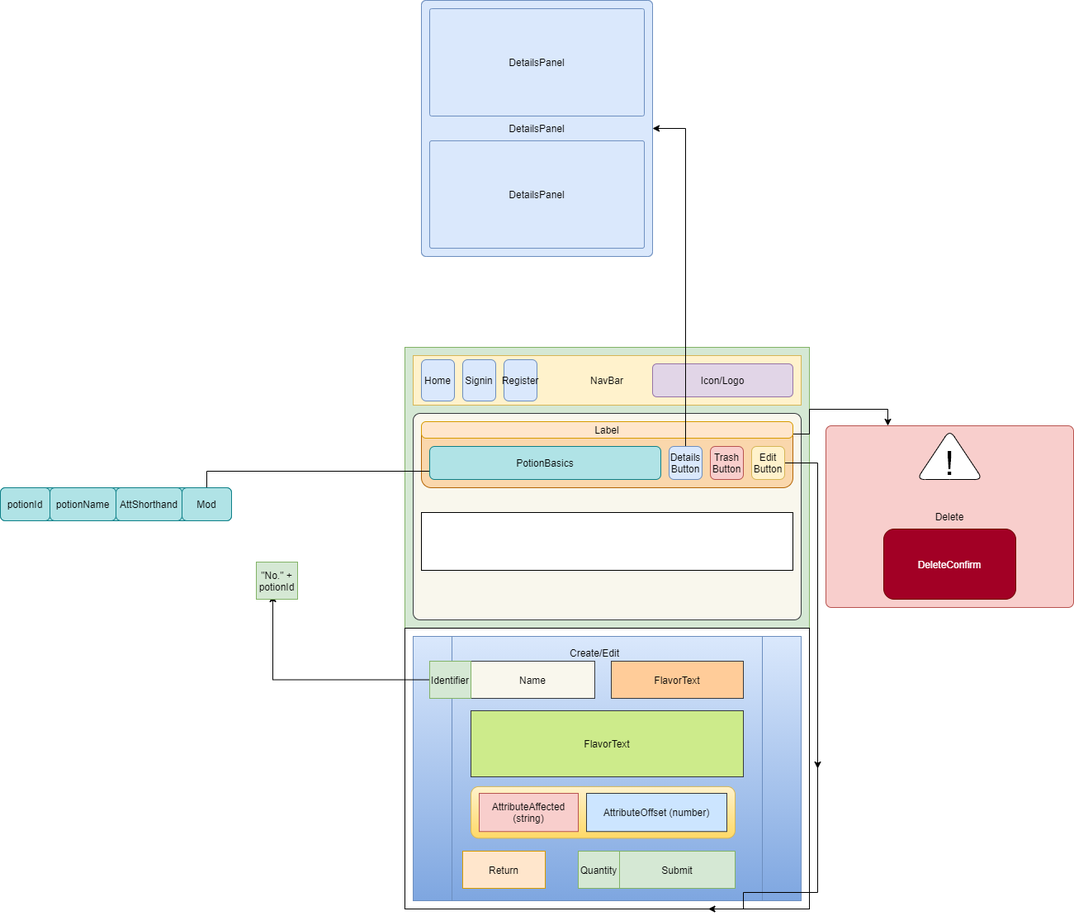
This is componentTree.png from Riverface/PotionShop, a draw.io export, as it was before one commit. Source tidied: cells renumbered, new cells last; positions are measured from the earlier drawing's top-left corner, leaving out a move shared by most shapes.
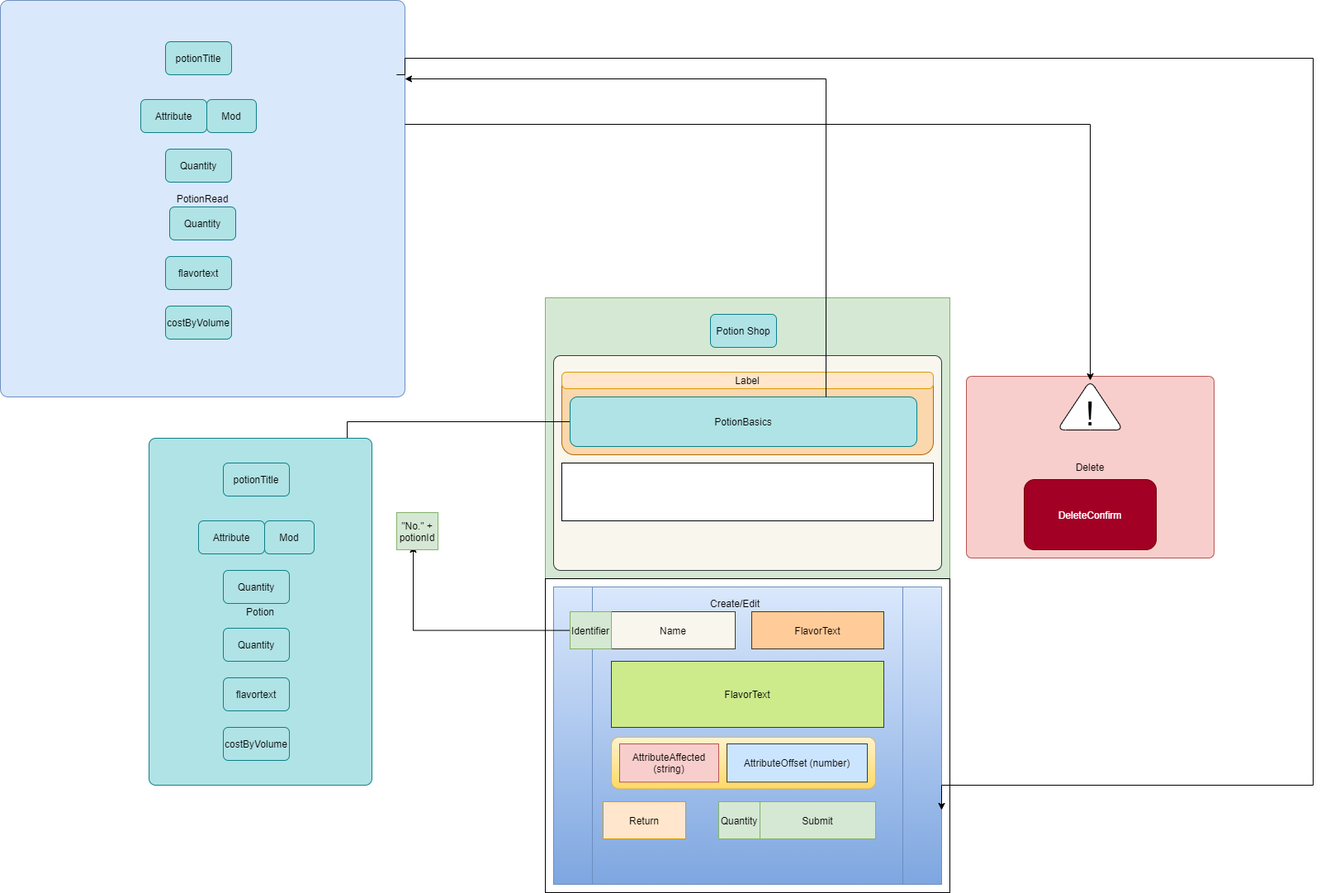
Later version of the same file.

Commit message:
Fixed component tree. Implemented placeholders. GP/Vol fixed.

The edit, as a diff of the source:
```diff
@@ -5,14 +5,11 @@
     <mxCell id="2" style="rounded=0;whiteSpace=wrap;html=1;fillColor=#d5e8d4;strokeColor=#82b366;" parent="1" vertex="1">
       <mxGeometry x="490" y="420" width="490" height="340" as="geometry" />
     </mxCell>
-    <mxCell id="3" value="NavBar" style="rounded=0;whiteSpace=wrap;html=1;fillColor=#fff2cc;strokeColor=#d6b656;" parent="1" vertex="1">
-      <mxGeometry x="500" y="430" width="470" height="60" as="geometry" />
-    </mxCell>
     <mxCell id="4" style="rounded=1;whiteSpace=wrap;html=1;fillColor=#f9f7ed;strokeColor=#36393d;arcSize=17;absoluteArcSize=1;" parent="1" vertex="1">
-      <mxGeometry x="500" y="500" width="470" height="250" as="geometry" />
+      <mxGeometry x="500" y="490" width="470" height="260" as="geometry" />
     </mxCell>
     <mxCell id="5" style="rounded=0;whiteSpace=wrap;html=1;" parent="1" vertex="1">
-      <mxGeometry x="490" y="760" width="490" height="340" as="geometry" />
+      <mxGeometry x="490" y="760" width="490" height="380" as="geometry" />
     </mxCell>
     <mxCell id="6" style="endArrow=none;dashed=1;html=1;" parent="1" edge="1">
       <mxGeometry relative="1" as="geometry">
@@ -20,35 +17,18 @@
         <mxPoint x="940" y="820" as="targetPoint" />
       </mxGeometry>
     </mxCell>
-    <mxCell id="7" value="Home" style="rounded=1;whiteSpace=wrap;html=1;fillColor=#dae8fc;strokeColor=#6c8ebf;" parent="1" vertex="1">
-      <mxGeometry x="510" y="435" width="40" height="50" as="geometry" />
-    </mxCell>
-    <mxCell id="8" value="Signin&lt;span style=&quot;color: rgba(0 , 0 , 0 , 0) ; font-family: monospace ; font-size: 0px&quot;&gt;%3CmxGraphModel%3E%3Croot%3E%3CmxCell%20id%3D%220%22%2F%3E%3CmxCell%20id%3D%221%22%20parent%3D%220%22%2F%3E%3CmxCell%20id%3D%222%22%20value%3D%22Label%26lt%3Bspan%20style%3D%26quot%3Bcolor%3A%20rgba(0%20%2C%200%20%2C%200%20%2C%200)%20%3B%20font-family%3A%20monospace%20%3B%20font-size%3A%200px%26quot%3B%26gt%3B%253CmxGraphModel%253E%253Croot%253E%253CmxCell%2520id%253D%25220%2522%252F%253E%253CmxCell%2520id%253D%25221%2522%2520parent%253D%25220%2522%252F%253E%253CmxCell%2520id%253D%25222%2522%2520value%253D%2522Edit%2526lt%253Bbr%2526gt%253BButton%2522%2520style%253D%2522rounded%253D0%253BwhiteSpace%253Dwrap%253Bhtml%253D1%253B%2522%2520vertex%253D%25221%2522%2520parent%253D%25221%2522%253E%253CmxGeometry%2520x%253D%2522420%2522%2520y%253D%2522110%2522%2520width%253D%252240%2522%2520height%253D%252240%2522%2520as%253D%2522geometry%2522%252F%253E%253C%252FmxCell%253E%253C%252Froot%253E%253C%252FmxGraphModel%253E%26lt%3B%2Fspan%26gt%3B%22%20style%3D%22rounded%3D0%3BwhiteSpace%3Dwrap%3Bhtml%3D1%3B%22%20vertex%3D%221%22%20parent%3D%221%22%3E%3CmxGeometry%20x%3D%2220%22%20y%3D%2290%22%20width%3D%22450%22%20height%3D%2220%22%20as%3D%22geometry%22%2F%3E%3C%2FmxCell%3E%3C%2Froot%3E%3C%2FmxGraphModel%3E&lt;/span&gt;" style="rounded=1;whiteSpace=wrap;html=1;fillColor=#dae8fc;strokeColor=#6c8ebf;" parent="1" vertex="1">
-      <mxGeometry x="560" y="435" width="40" height="50" as="geometry" />
-    </mxCell>
     <mxCell id="9" style="rounded=1;whiteSpace=wrap;html=1;align=left;fillColor=#fad7ac;strokeColor=#b46504;" parent="1" vertex="1">
-      <mxGeometry x="510" y="510" width="450" height="80" as="geometry" />
+      <mxGeometry x="510" y="510" width="450" height="100" as="geometry" />
     </mxCell>
     <mxCell id="10" style="rounded=0;whiteSpace=wrap;html=1;" parent="1" vertex="1">
       <mxGeometry x="510" y="620" width="450" height="70" as="geometry" />
     </mxCell>
     <mxCell id="11" style="shape=process;whiteSpace=wrap;html=1;backgroundOutline=1;fillColor=#dae8fc;strokeColor=#6c8ebf;gradientColor=#7ea6e0;" parent="1" vertex="1">
-      <mxGeometry x="500" y="770" width="470" height="320" as="geometry" />
+      <mxGeometry x="500" y="770" width="470" height="360" as="geometry" />
     </mxCell>
     <mxCell id="12" value="Delete" style="rounded=1;whiteSpace=wrap;html=1;comic=0;fillColor=#f8cecc;strokeColor=#b85450;arcSize=3;" parent="1" vertex="1">
       <mxGeometry x="1000" y="515" width="300" height="220" as="geometry" />
     </mxCell>
-    <mxCell id="13" style="edgeStyle=orthogonalEdgeStyle;rounded=0;jettySize=auto;html=1;exitX=1;exitY=0.5;exitDx=0;exitDy=0;" parent="1" edge="1" source="14">
-      <mxGeometry relative="1" as="geometry">
-        <mxPoint x="990" y="930" as="targetPoint" />
-      </mxGeometry>
-    </mxCell>
-    <mxCell id="14" value="Edit&lt;br&gt;Button" style="rounded=1;whiteSpace=wrap;html=1;fillColor=#fff2cc;strokeColor=#d6b656;" parent="1" vertex="1">
-      <mxGeometry x="910" y="540" width="40" height="40" as="geometry" />
-    </mxCell>
-    <mxCell id="15" value="Trash&lt;br&gt;Button" style="rounded=1;whiteSpace=wrap;html=1;fillColor=#f8cecc;strokeColor=#b85450;" parent="1" vertex="1">
-      <mxGeometry x="860" y="540" width="40" height="40" as="geometry" />
-    </mxCell>
     <mxCell id="16" value="Return" style="rounded=0;whiteSpace=wrap;html=1;fillColor=#ffe6cc;strokeColor=#d79b00;" parent="1" vertex="1">
       <mxGeometry x="560" y="1030" width="100" height="45" as="geometry" />
     </mxCell>
@@ -61,14 +41,12 @@
     <mxCell id="19" value="DeleteConfirm" style="rounded=1;whiteSpace=wrap;html=1;comic=0;fillColor=#a20025;strokeColor=#6F0000;fontColor=#ffffff;" parent="1" vertex="1">
       <mxGeometry x="1070" y="640" width="160" height="85" as="geometry" />
     </mxCell>
-    <mxCell id="20" style="edgeStyle=orthogonalEdgeStyle;rounded=0;jettySize=auto;html=1;exitX=1;exitY=0.75;exitDx=0;exitDy=0;entryX=0.25;entryY=0;entryDx=0;entryDy=0;" parent="1" edge="1" source="21" target="12">
-      <mxGeometry relative="1" as="geometry" />
-    </mxCell>
     <mxCell id="21" value="Label&lt;span style=&quot;color: rgba(0 , 0 , 0 , 0) ; font-family: monospace ; font-size: 0px&quot;&gt;%3CmxGraphModel%3E%3Croot%3E%3CmxCell%20id%3D%220%22%2F%3E%3CmxCell%20id%3D%221%22%20parent%3D%220%22%2F%3E%3CmxCell%20id%3D%222%22%20value%3D%22Edit%26lt%3Bbr%26gt%3BButton%22%20style%3D%22rounded%3D0%3BwhiteSpace%3Dwrap%3Bhtml%3D1%3B%22%20vertex%3D%221%22%20parent%3D%221%22%3E%3CmxGeometry%20x%3D%22420%22%20y%3D%22110%22%20width%3D%2240%22%20height%3D%2240%22%20as%3D%22geometry%22%2F%3E%3C%2FmxCell%3E%3C%2Froot%3E%3C%2FmxGraphModel%3E&lt;/span&gt;" style="rounded=1;whiteSpace=wrap;html=1;fillColor=#ffe6cc;strokeColor=#d79b00;arcSize=28;" parent="1" vertex="1">
       <mxGeometry x="510" y="510" width="450" height="20" as="geometry" />
     </mxCell>
-    <mxCell id="22" style="edgeStyle=orthogonalEdgeStyle;rounded=0;jettySize=auto;html=1;entryX=1;entryY=0.5;entryDx=0;entryDy=0;" parent="1" edge="1" source="23" target="47">
+    <mxCell id="22" style="edgeStyle=orthogonalEdgeStyle;rounded=0;jettySize=auto;html=1;entryX=1;entryY=0.5;entryDx=0;entryDy=0;" parent="1" edge="1" source="23">
       <mxGeometry relative="1" as="geometry">
+        <mxPoint x="210" y="770" as="targetPoint" />
         <Array as="points">
           <mxPoint x="250" y="570" />
           <mxPoint x="250" y="610" />
@@ -76,24 +54,16 @@
       </mxGeometry>
     </mxCell>
     <mxCell id="23" value="PotionBasics" style="rounded=1;whiteSpace=wrap;html=1;fillColor=#b0e3e6;strokeColor=#0e8088;" parent="1" vertex="1">
-      <mxGeometry x="520" y="540" width="280" height="40" as="geometry" />
+      <mxGeometry x="520" y="540" width="420" height="60" as="geometry" />
     </mxCell>
-    <mxCell id="24" value="Register" style="rounded=1;whiteSpace=wrap;html=1;fillColor=#dae8fc;strokeColor=#6c8ebf;" parent="1" vertex="1">
-      <mxGeometry x="610" y="435" width="40" height="50" as="geometry" />
-    </mxCell>
-    <mxCell id="25" value="Icon/Logo" style="rounded=1;whiteSpace=wrap;html=1;fillColor=#e1d5e7;strokeColor=#9673a6;arcSize=13;" parent="1" vertex="1">
-      <mxGeometry x="790" y="440" width="170" height="40" as="geometry" />
-    </mxCell>
-    <mxCell id="26" style="edgeStyle=orthogonalEdgeStyle;rounded=0;jettySize=auto;html=1;" parent="1" edge="1" source="27" target="41">
+    <mxCell id="26" style="edgeStyle=orthogonalEdgeStyle;rounded=0;jettySize=auto;html=1;" parent="1" edge="1" target="41">
       <mxGeometry relative="1" as="geometry">
+        <mxPoint x="830" y="540" as="sourcePoint" />
         <Array as="points">
           <mxPoint x="830" y="155" />
         </Array>
       </mxGeometry>
     </mxCell>
-    <mxCell id="27" value="Details Button" style="rounded=1;whiteSpace=wrap;html=1;fillColor=#dae8fc;strokeColor=#6c8ebf;" parent="1" vertex="1">
-      <mxGeometry x="810" y="540" width="40" height="40" as="geometry" />
-    </mxCell>
     <mxCell id="28" value="Name" style="rounded=0;whiteSpace=wrap;html=1;fillColor=#f9f7ed;strokeColor=#36393d;" parent="1" vertex="1">
       <mxGeometry x="570" y="800" width="150" height="45" as="geometry" />
     </mxCell>
@@ -109,16 +79,6 @@
     <mxCell id="32" value="FlavorText" style="rounded=0;whiteSpace=wrap;html=1;fillColor=#ffcc99;strokeColor=#36393d;" parent="1" vertex="1">
       <mxGeometry x="740" y="800" width="160" height="45" as="geometry" />
     </mxCell>
-    <mxCell id="33" style="edgeStyle=orthogonalEdgeStyle;rounded=0;jettySize=auto;html=1;exitX=1;exitY=1;exitDx=0;exitDy=0;entryX=0.75;entryY=1;entryDx=0;entryDy=0;" parent="1" edge="1" target="5">
-      <mxGeometry relative="1" as="geometry">
-        <mxPoint x="990" y="920" as="sourcePoint" />
-        <Array as="points">
-          <mxPoint x="990" y="1080" />
-          <mxPoint x="900" y="1080" />
-          <mxPoint x="900" y="1100" />
-        </Array>
-      </mxGeometry>
-    </mxCell>
     <mxCell id="34" value="FlavorText" style="rounded=0;whiteSpace=wrap;html=1;fillColor=#cdeb8b;strokeColor=#36393d;" parent="1" vertex="1">
       <mxGeometry x="570" y="860" width="330" height="80" as="geometry" />
     </mxCell>
@@ -142,29 +102,77 @@
     <mxCell id="40" value="&quot;No.&quot; + potionId" style="rounded=0;whiteSpace=wrap;html=1;fillColor=#d5e8d4;strokeColor=#82b366;" parent="1" vertex="1">
       <mxGeometry x="310" y="680" width="50" height="45" as="geometry" />
     </mxCell>
-    <mxCell id="41" value="DetailsPanel" style="rounded=1;whiteSpace=wrap;html=1;fillColor=#dae8fc;strokeColor=#6c8ebf;arcSize=2;" parent="1" vertex="1">
-      <mxGeometry x="510" width="280" height="310" as="geometry" />
+    <mxCell id="41" value="PotionRead" style="rounded=1;whiteSpace=wrap;html=1;fillColor=#dae8fc;strokeColor=#6c8ebf;arcSize=2;" parent="1" vertex="1">
+      <mxGeometry x="-170" y="60" width="490" height="480" as="geometry" />
     </mxCell>
-    <mxCell id="42" value="DetailsPanel" style="rounded=1;whiteSpace=wrap;html=1;fillColor=#dae8fc;strokeColor=#6c8ebf;arcSize=2;" parent="1" vertex="1">
-      <mxGeometry x="520" y="10" width="260" height="130" as="geometry" />
-    </mxCell>
+    <mxCell id="49" style="edgeStyle=orthogonalEdgeStyle;rounded=0;jettySize=auto;html=1;entryX=1;entryY=0.5;entryDx=0;entryDy=0;" parent="1" edge="1" target="35">
+      <mxGeometry relative="1" as="geometry">
+        <mxPoint x="320" y="210" as="sourcePoint" />
+        <Array as="points">
+          <mxPoint x="1150" y="210" />
+        </Array>
+      </mxGeometry>
+    </mxCell>
-    <mxCell id="43" value="PotionBasics" style="rounded=1;whiteSpace=wrap;html=1;fillColor=#b0e3e6;strokeColor=#0e8088;" parent="1" vertex="1">
-      <mxGeometry y="590" width="280" height="40" as="geometry" />
+    <mxCell id="43" value="Potion" style="rounded=1;whiteSpace=wrap;html=1;fillColor=#b0e3e6;strokeColor=#0e8088;arcSize=3;" parent="1" vertex="1">
+      <mxGeometry x="10" y="590" width="270" height="420" as="geometry" />
     </mxCell>
-    <mxCell id="44" value="potionId" style="rounded=1;whiteSpace=wrap;html=1;fillColor=#b0e3e6;strokeColor=#0e8088;" parent="1" vertex="1">
-      <mxGeometry y="590" width="60" height="40" as="geometry" />
-    </mxCell>
-    <mxCell id="45" value="potionName" style="rounded=1;whiteSpace=wrap;html=1;fillColor=#b0e3e6;strokeColor=#0e8088;" parent="1" vertex="1">
-      <mxGeometry x="60" y="590" width="80" height="40" as="geometry" />
+    <mxCell id="45" value="potionTitle" style="rounded=1;whiteSpace=wrap;html=1;fillColor=#b0e3e6;strokeColor=#0e8088;" parent="1" vertex="1">
+      <mxGeometry x="100" y="620" width="80" height="40" as="geometry" />
     </mxCell>
-    <mxCell id="46" value="AttShorthand" style="rounded=1;whiteSpace=wrap;html=1;fillColor=#b0e3e6;strokeColor=#0e8088;" parent="1" vertex="1">
-      <mxGeometry x="140" y="590" width="80" height="40" as="geometry" />
+    <mxCell id="46" value="Quantity" style="rounded=1;whiteSpace=wrap;html=1;fillColor=#b0e3e6;strokeColor=#0e8088;" parent="1" vertex="1">
+      <mxGeometry x="100" y="750" width="80" height="40" as="geometry" />
     </mxCell>
-    <mxCell id="47" value="Mod" style="rounded=1;whiteSpace=wrap;html=1;fillColor=#b0e3e6;strokeColor=#0e8088;" parent="1" vertex="1">
-      <mxGeometry x="220" y="590" width="60" height="40" as="geometry" />
-    </mxCell>
-    <mxCell id="48" value="DetailsPanel" style="rounded=1;whiteSpace=wrap;html=1;fillColor=#dae8fc;strokeColor=#6c8ebf;arcSize=2;" parent="1" vertex="1">
-      <mxGeometry x="520" y="170" width="260" height="130" as="geometry" />
-    </mxCell>
+    <mxCell id="50" value="Attribute" style="rounded=1;whiteSpace=wrap;html=1;fillColor=#b0e3e6;strokeColor=#0e8088;" parent="1" vertex="1">
+      <mxGeometry x="70" y="690" width="80" height="40" as="geometry" />
+    </mxCell>
+    <mxCell id="51" value="Mod" style="rounded=1;whiteSpace=wrap;html=1;fillColor=#b0e3e6;strokeColor=#0e8088;" parent="1" vertex="1">
+      <mxGeometry x="150" y="690" width="60" height="40" as="geometry" />
+    </mxCell>
+    <mxCell id="52" value="Quantity" style="rounded=1;whiteSpace=wrap;html=1;fillColor=#b0e3e6;strokeColor=#0e8088;" parent="1" vertex="1">
+      <mxGeometry x="100" y="820" width="80" height="40" as="geometry" />
+    </mxCell>
+    <mxCell id="53" value="flavortext" style="rounded=1;whiteSpace=wrap;html=1;fillColor=#b0e3e6;strokeColor=#0e8088;" parent="1" vertex="1">
+      <mxGeometry x="100" y="880" width="80" height="40" as="geometry" />
+    </mxCell>
+    <mxCell id="54" value="costByVolume" style="rounded=1;whiteSpace=wrap;html=1;fillColor=#b0e3e6;strokeColor=#0e8088;" parent="1" vertex="1">
+      <mxGeometry x="100" y="940" width="80" height="40" as="geometry" />
+    </mxCell>
+    <mxCell id="55" value="Potion Shop" style="rounded=1;whiteSpace=wrap;html=1;fillColor=#b0e3e6;strokeColor=#0e8088;" parent="1" vertex="1">
+      <mxGeometry x="690" y="440" width="80" height="40" as="geometry" />
+    </mxCell>
+    <mxCell id="56" value="potionTitle" style="rounded=1;whiteSpace=wrap;html=1;fillColor=#b0e3e6;strokeColor=#0e8088;" parent="1" vertex="1">
+      <mxGeometry x="30" y="110" width="80" height="40" as="geometry" />
+    </mxCell>
+    <mxCell id="57" value="Quantity" style="rounded=1;whiteSpace=wrap;html=1;fillColor=#b0e3e6;strokeColor=#0e8088;" parent="1" vertex="1">
+      <mxGeometry x="30" y="240" width="80" height="40" as="geometry" />
+    </mxCell>
+    <mxCell id="58" value="Attribute" style="rounded=1;whiteSpace=wrap;html=1;fillColor=#b0e3e6;strokeColor=#0e8088;" parent="1" vertex="1">
+      <mxGeometry y="180" width="80" height="40" as="geometry" />
+    </mxCell>
+    <mxCell id="59" value="Mod" style="rounded=1;whiteSpace=wrap;html=1;fillColor=#b0e3e6;strokeColor=#0e8088;" parent="1" vertex="1">
+      <mxGeometry x="80" y="180" width="60" height="40" as="geometry" />
+    </mxCell>
+    <mxCell id="60" value="Quantity" style="rounded=1;whiteSpace=wrap;html=1;fillColor=#b0e3e6;strokeColor=#0e8088;" parent="1" vertex="1">
+      <mxGeometry x="35" y="310" width="80" height="40" as="geometry" />
+    </mxCell>
+    <mxCell id="61" value="flavortext" style="rounded=1;whiteSpace=wrap;html=1;fillColor=#b0e3e6;strokeColor=#0e8088;" parent="1" vertex="1">
+      <mxGeometry x="30" y="370" width="80" height="40" as="geometry" />
+    </mxCell>
+    <mxCell id="62" value="costByVolume" style="rounded=1;whiteSpace=wrap;html=1;fillColor=#b0e3e6;strokeColor=#0e8088;" parent="1" vertex="1">
+      <mxGeometry x="30" y="430" width="80" height="40" as="geometry" />
+    </mxCell>
+    <mxCell id="63" style="edgeStyle=orthogonalEdgeStyle;rounded=0;jettySize=auto;html=1;entryX=1;entryY=0.75;entryDx=0;entryDy=0;" parent="1" edge="1" target="11">
+      <mxGeometry relative="1" as="geometry">
+        <mxPoint x="320" y="150" as="sourcePoint" />
+        <Array as="points">
+          <mxPoint x="310" y="150" />
+          <mxPoint x="320" y="150" />
+          <mxPoint x="320" y="130" />
+          <mxPoint x="1420" y="130" />
+          <mxPoint x="1420" y="1010" />
+          <mxPoint x="970" y="1010" />
+        </Array>
+      </mxGeometry>
+    </mxCell>
   </root>
 </mxGraphModel>
```
